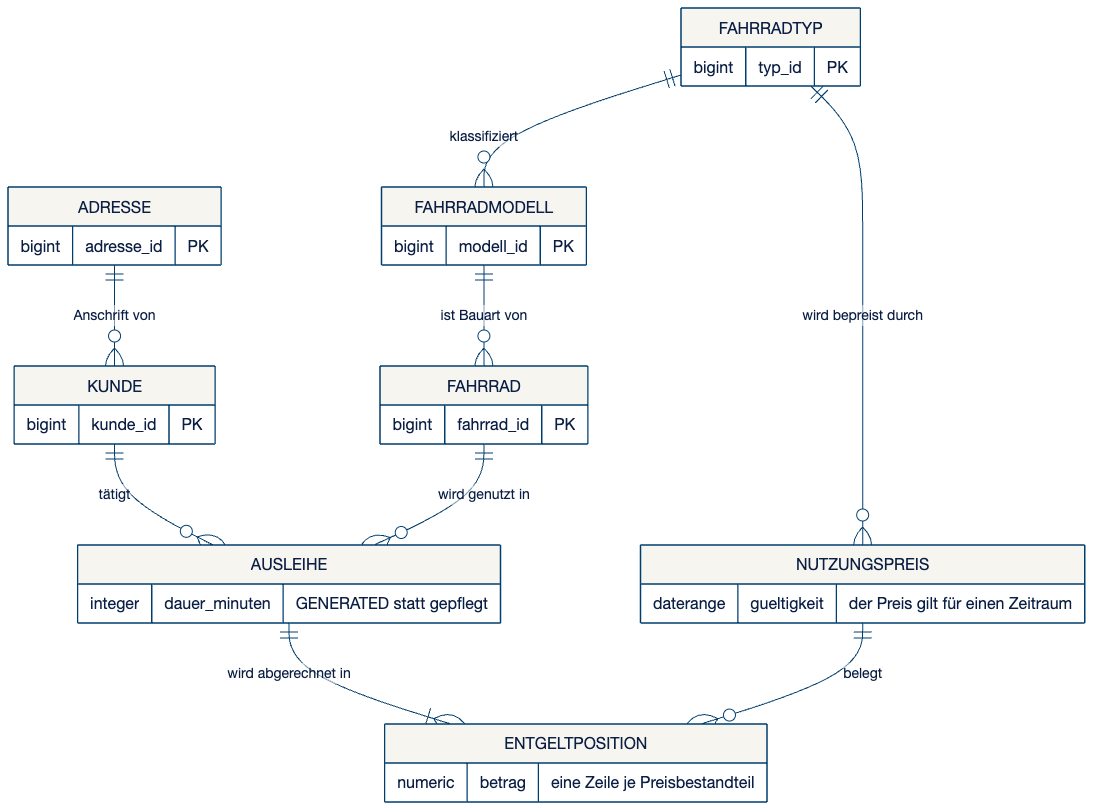
This is slides/assets/norm-nachher.png from swrobuts/velocity-fallstudie, a Mermaid export, as it was before one commit. Its source is kept beside it as doku/datenmodell/erd/norm-nachher.mmd. The source it was exported from:
```mermaid
erDiagram
    ADRESSE       ||--o{ KUNDE           : "Anschrift von"
    KUNDE         ||--o{ AUSLEIHE        : "tätigt"
    FAHRRADTYP    ||--o{ FAHRRADMODELL   : "klassifiziert"
    FAHRRADMODELL ||--o{ FAHRRAD         : "ist Bauart von"
    FAHRRAD       ||--o{ AUSLEIHE        : "wird genutzt in"
    FAHRRADTYP    ||--o{ NUTZUNGSPREIS   : "wird bepreist durch"
    AUSLEIHE      ||--|{ ENTGELTPOSITION : "wird abgerechnet in"
    NUTZUNGSPREIS ||--o{ ENTGELTPOSITION : "belegt"

    ADRESSE         { bigint adresse_id PK }
    KUNDE           { bigint kunde_id PK }
    FAHRRADTYP      { bigint typ_id PK }
    FAHRRADMODELL   { bigint modell_id PK }
    FAHRRAD         { bigint fahrrad_id PK }
    NUTZUNGSPREIS   { daterange gueltigkeit "der Preis gilt für einen Zeitraum" }
    AUSLEIHE        { integer dauer_minuten "GENERATED statt gepflegt" }
    ENTGELTPOSITION { numeric betrag "eine Zeile je Preisbestandteil" }
```
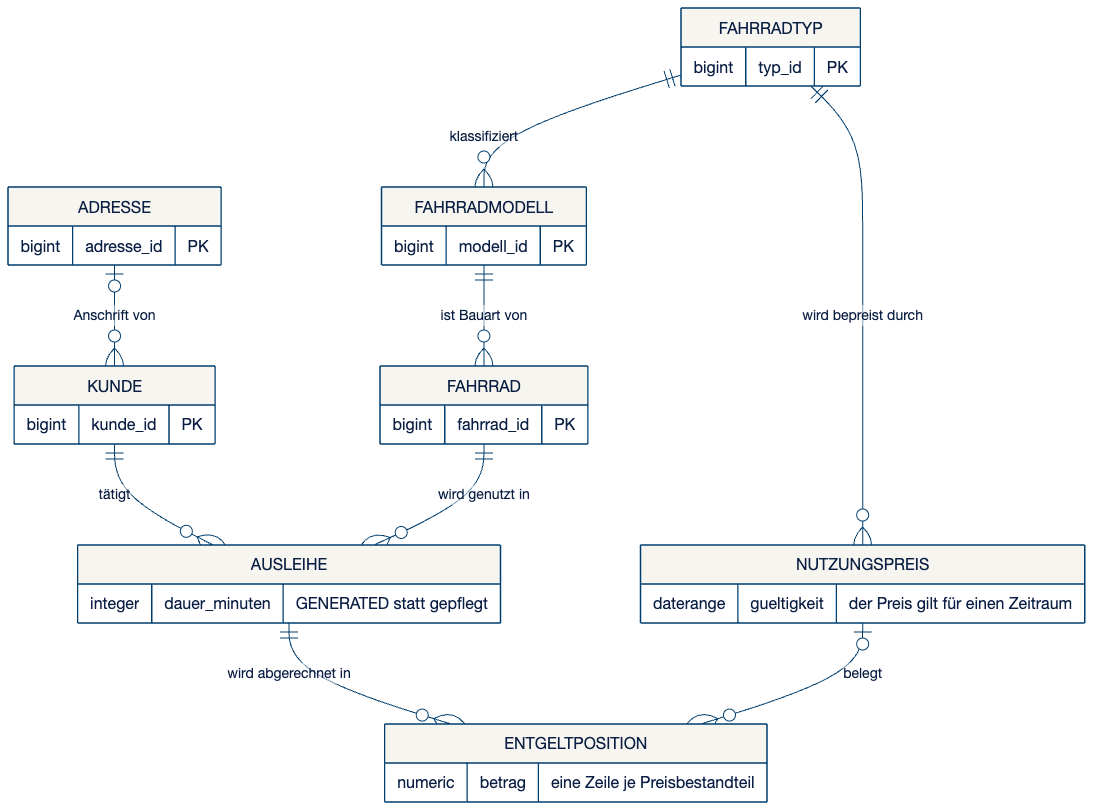
After the change.

Change to the diagram source:
```diff
@@ -1,12 +1,12 @@
 erDiagram
-    ADRESSE       ||--o{ KUNDE           : "Anschrift von"
+    ADRESSE       |o--o{ KUNDE           : "Anschrift von"
     KUNDE         ||--o{ AUSLEIHE        : "tätigt"
     FAHRRADTYP    ||--o{ FAHRRADMODELL   : "klassifiziert"
     FAHRRADMODELL ||--o{ FAHRRAD         : "ist Bauart von"
     FAHRRAD       ||--o{ AUSLEIHE        : "wird genutzt in"
     FAHRRADTYP    ||--o{ NUTZUNGSPREIS   : "wird bepreist durch"
-    AUSLEIHE      ||--|{ ENTGELTPOSITION : "wird abgerechnet in"
-    NUTZUNGSPREIS ||--o{ ENTGELTPOSITION : "belegt"
+    AUSLEIHE      ||--o{ ENTGELTPOSITION : "wird abgerechnet in"
+    NUTZUNGSPREIS |o--o{ ENTGELTPOSITION : "belegt"
 
     ADRESSE         { bigint adresse_id PK }
     KUNDE           { bigint kunde_id PK }
```
